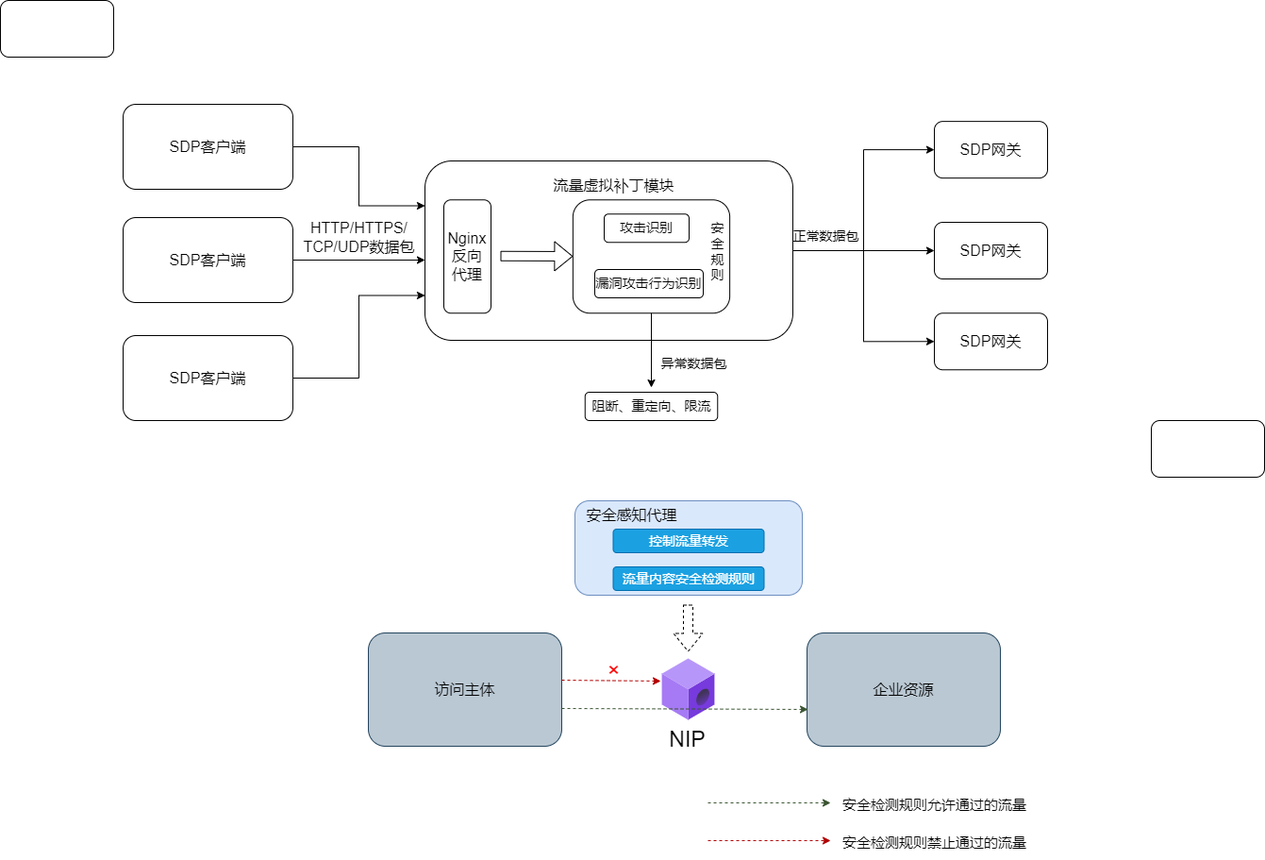
The draw.io diagram testDirectory/虚拟补丁.drawio.png in Moose1273/-, before a commit. Source tidied: cells renumbered, new cells last; positions are measured from the earlier drawing's top-left corner, leaving out a move shared by most shapes.
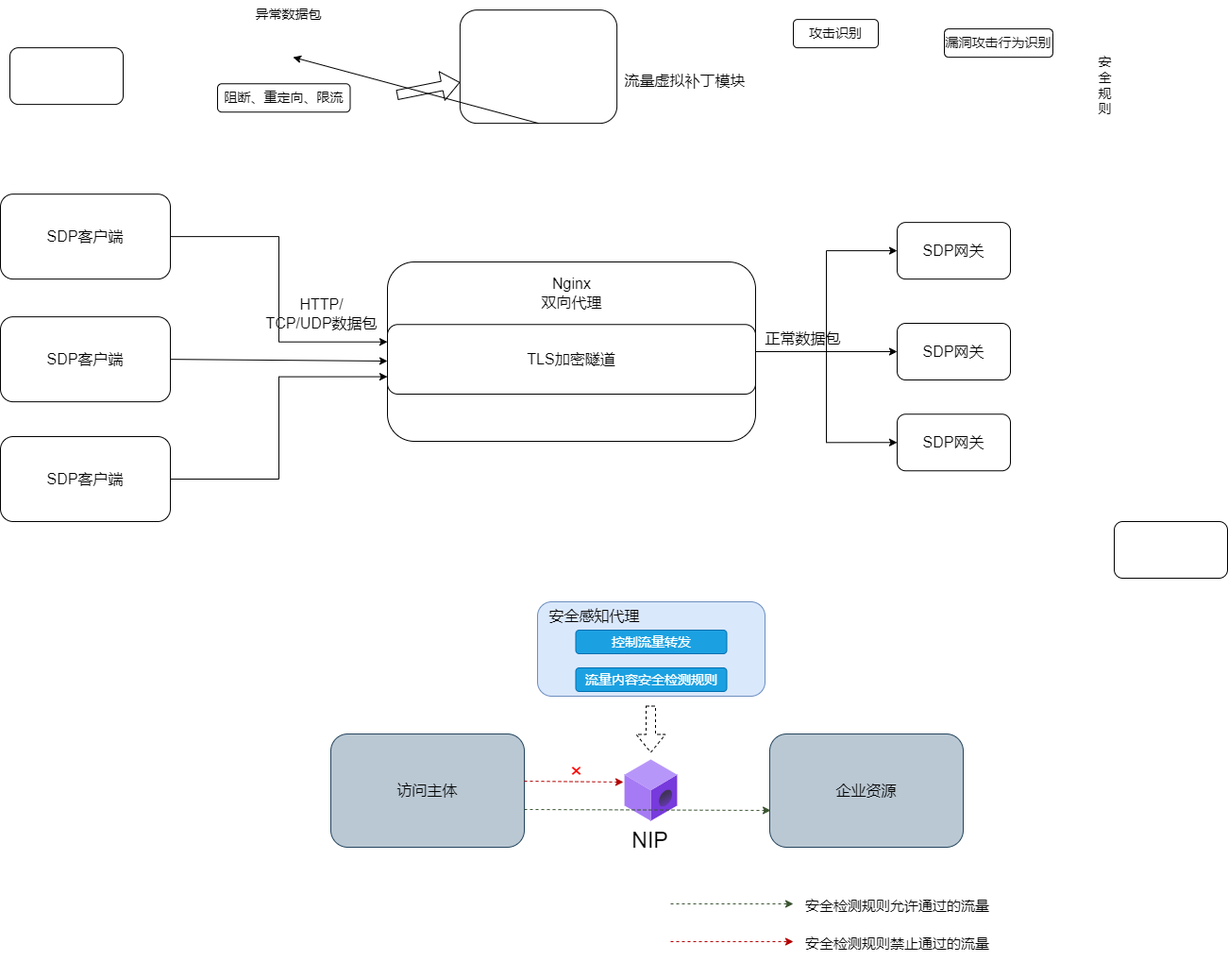
The same file after the commit.

Commit message:
更新虚拟补丁.drawio.png

Change to the diagram source:
```diff
@@ -14,45 +14,45 @@
     <mxCell id="5" style="rounded=1;whiteSpace=wrap;html=1;" parent="1" vertex="1">
       <mxGeometry x="450" y="170" width="390" height="190" as="geometry" />
     </mxCell>
-    <mxCell id="6" value="&lt;font style=&quot;font-size: 16px;&quot;&gt;Nginx&lt;br&gt;反向&lt;br&gt;代理&lt;br&gt;&lt;/font&gt;" style="rounded=1;whiteSpace=wrap;html=1;rotation=0;direction=north;" parent="1" vertex="1">
-      <mxGeometry x="470" y="211.2" width="50" height="120" as="geometry" />
+    <mxCell id="6" value="&lt;font style=&quot;font-size: 16px;&quot;&gt;TLS加密隧道&lt;br&gt;&lt;/font&gt;" style="rounded=1;whiteSpace=wrap;html=1;rotation=0;direction=north;" parent="1" vertex="1">
+      <mxGeometry x="450" y="236.3" width="390" height="73.7" as="geometry" />
     </mxCell>
     <mxCell id="7" style="rounded=1;whiteSpace=wrap;html=1;rotation=90;" parent="1" vertex="1">
-      <mxGeometry x="630" y="188.1" width="120" height="166.2" as="geometry" />
+      <mxGeometry x="550" y="-120" width="120" height="166.2" as="geometry" />
     </mxCell>
     <mxCell id="8" value="&lt;font style=&quot;font-size: 16px;&quot;&gt;SDP客户端&lt;/font&gt;" style="rounded=1;whiteSpace=wrap;html=1;" parent="1" vertex="1">
-      <mxGeometry x="130" y="230" width="180" height="90" as="geometry" />
+      <mxGeometry x="40" y="228.1" width="180" height="90" as="geometry" />
     </mxCell>
-    <mxCell id="9" value="HTTP/HTTPS/&lt;br&gt;TCP/UDP数据包" style="text;html=1;align=center;verticalAlign=middle;strokeColor=none;fillColor=none;fontSize=16;" parent="1" vertex="1">
-      <mxGeometry x="310" y="226.3" width="140" height="50" as="geometry" />
+    <mxCell id="9" value="HTTP/&lt;br&gt;TCP/UDP数据包" style="text;html=1;align=center;verticalAlign=middle;strokeColor=none;fillColor=none;fontSize=16;" parent="1" vertex="1">
+      <mxGeometry x="310" y="200" width="140" height="50" as="geometry" />
     </mxCell>
     <mxCell id="10" style="shape=flexArrow;endArrow=classic;html=1;rounded=0;fontSize=16;" parent="1" edge="1" target="7">
       <mxGeometry relative="1" as="geometry">
-        <mxPoint x="530" y="270.8" as="sourcePoint" />
+        <mxPoint x="460" y="-6.9" as="sourcePoint" />
       </mxGeometry>
     </mxCell>
     <mxCell id="11" value="攻击识别" style="rounded=1;whiteSpace=wrap;html=1;fontSize=14;" parent="1" vertex="1">
-      <mxGeometry x="640" y="226.3" width="90" height="30" as="geometry" />
+      <mxGeometry x="880" y="-86.9" width="90" height="30" as="geometry" />
     </mxCell>
     <mxCell id="12" value="漏洞攻击行为识别" style="rounded=1;whiteSpace=wrap;html=1;fontSize=14;" parent="1" vertex="1">
-      <mxGeometry x="630" y="285" width="115" height="30" as="geometry" />
+      <mxGeometry x="1040" y="-76.9" width="115" height="30" as="geometry" />
     </mxCell>
     <mxCell id="13" style="endArrow=classic;html=1;rounded=0;fontSize=14;exitX=1;exitY=0.5;exitDx=0;exitDy=0;" parent="1" edge="1" source="7">
       <mxGeometry relative="1" as="geometry">
-        <mxPoint x="690" y="410" as="targetPoint" />
+        <mxPoint x="350" y="-46.9" as="targetPoint" />
       </mxGeometry>
     </mxCell>
     <mxCell id="14" value="&lt;font style=&quot;font-size: 16px;&quot;&gt;流量虚拟补丁模块&lt;/font&gt;" style="text;html=1;align=center;verticalAlign=middle;strokeColor=none;fillColor=none;fontSize=14;" parent="1" vertex="1">
-      <mxGeometry x="575" y="181.2" width="150" height="30" as="geometry" />
+      <mxGeometry x="690" y="-36.9" width="150" height="30" as="geometry" />
     </mxCell>
     <mxCell id="15" value="阻断、重定向、限流" style="rounded=1;whiteSpace=wrap;html=1;fontSize=14;" parent="1" vertex="1">
-      <mxGeometry x="619.8" y="415" width="140.5" height="30" as="geometry" />
+      <mxGeometry x="270" y="-18.8" width="140.5" height="30" as="geometry" />
     </mxCell>
-    <mxCell id="16" value="正常数据包" style="text;html=1;align=center;verticalAlign=middle;strokeColor=none;fillColor=none;fontSize=14;" parent="1" vertex="1">
-      <mxGeometry x="830" y="235" width="90" height="30" as="geometry" />
+    <mxCell id="16" value="&lt;font style=&quot;font-size: 16px;&quot;&gt;正常数据包&lt;/font&gt;" style="text;html=1;align=center;verticalAlign=middle;strokeColor=none;fillColor=none;fontSize=14;" parent="1" vertex="1">
+      <mxGeometry x="840" y="236.3" width="100" height="30" as="geometry" />
     </mxCell>
     <mxCell id="17" value="安&lt;br&gt;全&lt;br&gt;规&lt;br&gt;则" style="text;html=1;align=center;verticalAlign=middle;strokeColor=none;fillColor=none;fontSize=14;" parent="1" vertex="1">
-      <mxGeometry x="740" y="226.3" width="40" height="80" as="geometry" />
+      <mxGeometry x="1190" y="-56.9" width="40" height="80" as="geometry" />
     </mxCell>
     <mxCell id="18" style="rounded=1;whiteSpace=wrap;html=1;fontSize=14;fillColor=#dae8fc;strokeColor=#6c8ebf;" parent="1" vertex="1">
       <mxGeometry x="609" y="530" width="241" height="100" as="geometry" />
@@ -117,25 +117,25 @@
       <mxGeometry x="880" y="870" width="220" height="40" as="geometry" />
     </mxCell>
     <mxCell id="34" value="异常数据包" style="text;html=1;align=center;verticalAlign=middle;strokeColor=none;fillColor=none;fontSize=14;" parent="1" vertex="1">
-      <mxGeometry x="690" y="370" width="90" height="30" as="geometry" />
+      <mxGeometry x="300" y="-106.9" width="90" height="30" as="geometry" />
     </mxCell>
     <mxCell id="35" style="rounded=1;whiteSpace=wrap;html=1;fontSize=16;" parent="1" vertex="1">
-      <mxGeometry width="120" height="60" as="geometry" />
+      <mxGeometry x="50" y="-56.9" width="120" height="60" as="geometry" />
     </mxCell>
     <mxCell id="36" value="SDP网关" style="rounded=1;whiteSpace=wrap;html=1;fontSize=16;" parent="1" vertex="1">
       <mxGeometry x="990" y="128.1" width="120" height="60" as="geometry" />
     </mxCell>
-    <mxCell id="37" style="edgeStyle=orthogonalEdgeStyle;rounded=0;jettySize=auto;html=1;exitX=1;exitY=0.5;exitDx=0;exitDy=0;entryX=0;entryY=0.75;entryDx=0;entryDy=0;fontSize=16;" parent="1" edge="1" source="38" target="5">
+    <mxCell id="37" style="edgeStyle=orthogonalEdgeStyle;rounded=0;jettySize=auto;html=1;exitX=1;exitY=0.5;exitDx=0;exitDy=0;fontSize=16;entryX=0.25;entryY=0;entryDx=0;entryDy=0;" parent="1" edge="1" source="38" target="6">
       <mxGeometry relative="1" as="geometry" />
     </mxCell>
     <mxCell id="38" value="&lt;font style=&quot;font-size: 16px;&quot;&gt;SDP客户端&lt;/font&gt;" style="rounded=1;whiteSpace=wrap;html=1;" parent="1" vertex="1">
-      <mxGeometry x="130" y="355" width="180" height="90" as="geometry" />
+      <mxGeometry x="40" y="355" width="180" height="90" as="geometry" />
     </mxCell>
-    <mxCell id="39" style="edgeStyle=orthogonalEdgeStyle;rounded=0;jettySize=auto;html=1;exitX=1;exitY=0.5;exitDx=0;exitDy=0;fontSize=16;entryX=0;entryY=0.25;entryDx=0;entryDy=0;" parent="1" edge="1" source="40" target="5">
+    <mxCell id="39" style="edgeStyle=orthogonalEdgeStyle;rounded=0;jettySize=auto;html=1;exitX=1;exitY=0.5;exitDx=0;exitDy=0;fontSize=16;entryX=0.75;entryY=0;entryDx=0;entryDy=0;" parent="1" edge="1" source="40" target="6">
       <mxGeometry relative="1" as="geometry" />
     </mxCell>
     <mxCell id="40" value="&lt;font style=&quot;font-size: 16px;&quot;&gt;SDP客户端&lt;/font&gt;" style="rounded=1;whiteSpace=wrap;html=1;" parent="1" vertex="1">
-      <mxGeometry x="130" y="110" width="180" height="90" as="geometry" />
+      <mxGeometry x="40" y="98.1" width="180" height="90" as="geometry" />
     </mxCell>
     <mxCell id="41" value="SDP网关" style="rounded=1;whiteSpace=wrap;html=1;fontSize=16;" parent="1" vertex="1">
       <mxGeometry x="990" y="235" width="120" height="60" as="geometry" />
@@ -151,5 +151,8 @@
         <mxPoint x="450" y="275" as="targetPoint" />
       </mxGeometry>
     </mxCell>
+    <mxCell id="45" value="Nginx&lt;br style=&quot;border-color: var(--border-color);&quot;&gt;&lt;span style=&quot;&quot;&gt;双向代理&lt;/span&gt;" style="text;html=1;align=center;verticalAlign=middle;strokeColor=none;fillColor=none;fontSize=16;" parent="1" vertex="1">
+      <mxGeometry x="600" y="178.1" width="90" height="50" as="geometry" />
+    </mxCell>
   </root>
 </mxGraphModel>
```
